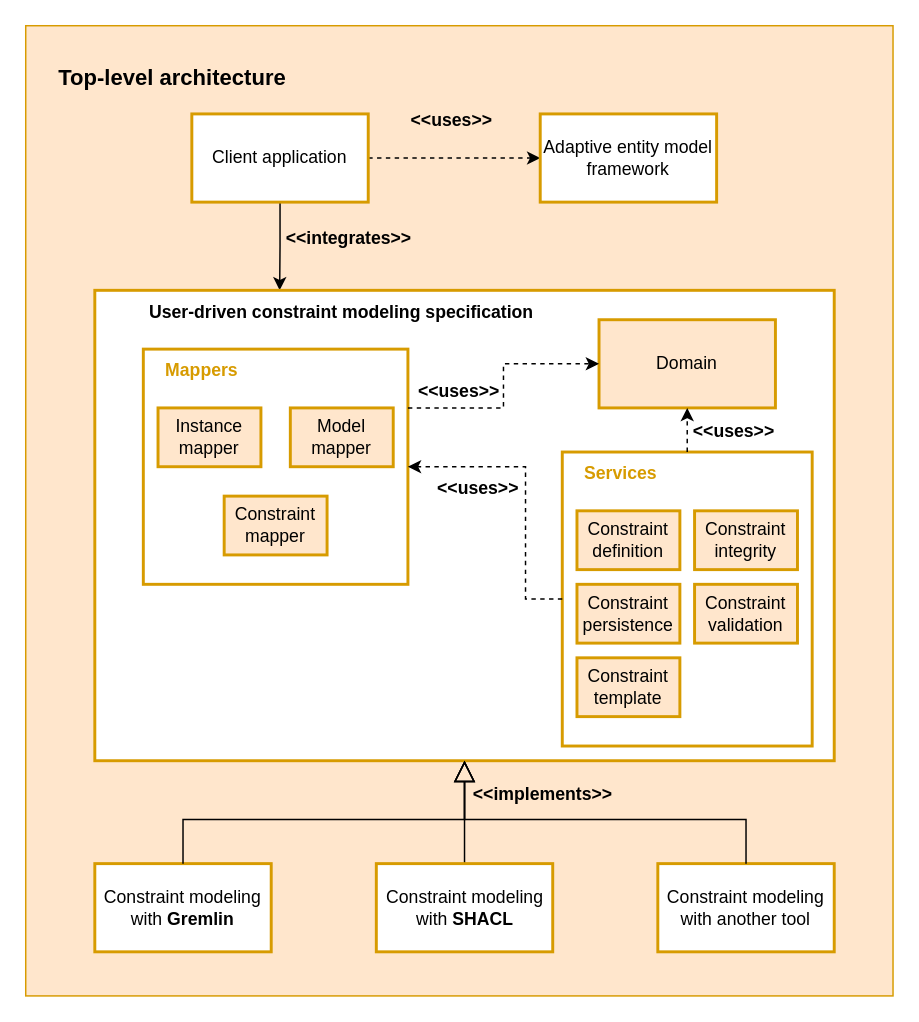
This is assets/design/top_level_architecture.drawio from AntonSk98/User-driven-constraint-modelling-for-entity-models-at-runtime, a draw.io file, before an edit. Source tidied: cells renumbered, new cells numbered last; positions are measured from the earlier drawing's top-left corner, leaving out a move shared by most shapes. Both pictures are drawn from the tidied source at 147%, with x=0, y=0 at pixel (25, 25).
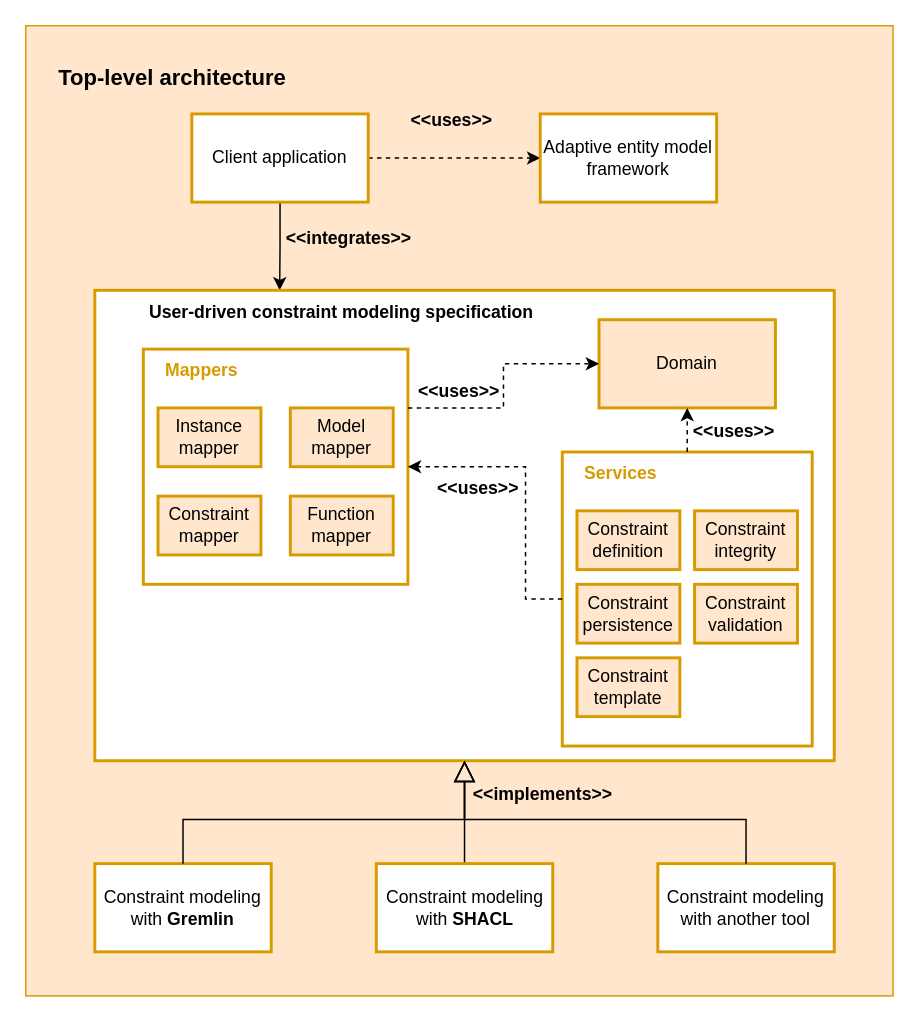
Above is the later version.

The change refers to these unchanged cells:
```xml
<mxCell id="10" style="group;" parent="1" vertex="1">
  <mxGeometry x="80" y="220" width="180" height="160" as="geometry" />
</mxCell>
```

The edit, as a diff of the source:
```diff
@@
     <mxCell id="15" value="Constraint mapper" style="rounded=0;whiteSpace=wrap;html=1;fillColor=#ffe6cc;strokeColor=#d79b00;strokeWidth=2;" parent="10" vertex="1">
-      <mxGeometry x="55" y="100" width="70" height="40" as="geometry" />
+      <mxGeometry x="10" y="100" width="70" height="40" as="geometry" />
     </mxCell>
+    <mxCell id="40" value="Function mapper" style="rounded=0;whiteSpace=wrap;html=1;fillColor=#ffe6cc;strokeColor=#d79b00;strokeWidth=2;" parent="10" vertex="1">
+      <mxGeometry x="100" y="100" width="70" height="40" as="geometry" />
+    </mxCell>
```
